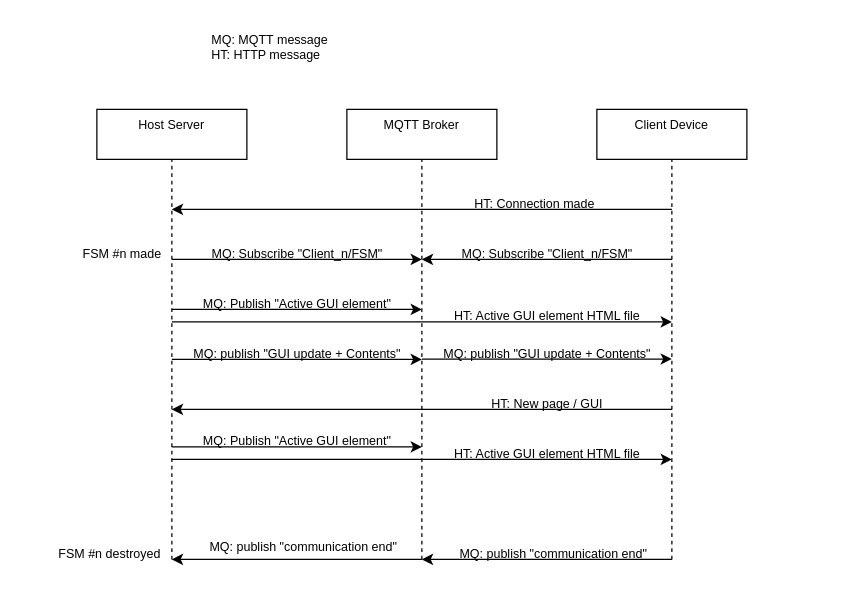
The draw.io diagram page "Standard comms" (1 of 4) of Units/Project/Spec 2/Figures/Diagrams/SequenceDiagram.drawio in danielcarton/TTM4115_KomSys_SemesterProsjekt, before the edit. Source tidied: cells renumbered, new cells numbered last; positions are measured from the earlier drawing's top-left corner, leaving out a move shared by most shapes. Both pictures are drawn from the tidied source at 125%, with x=0, y=0 at pixel (40, 21).
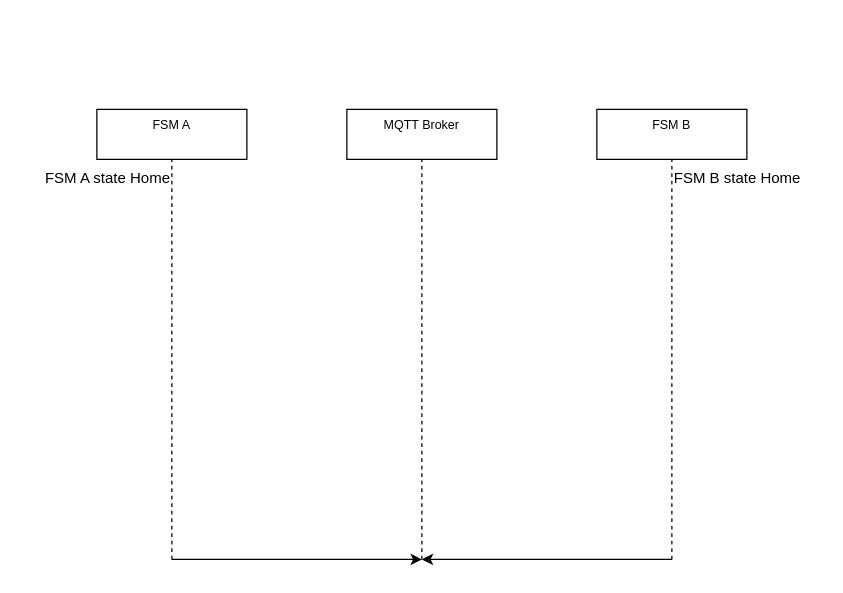
Above is the later version.

Commit message (it also covers changes not shown here):
state machine improved + sequence diagrams done

Diff of the diagram source:
```diff
@@
-    <mxCell id="2" value="Host Server" style="rounded=0;whiteSpace=wrap;html=1;verticalAlign=top;fontSize=10;" parent="1" vertex="1">
+    <mxCell id="2" value="FSM A" style="rounded=0;whiteSpace=wrap;html=1;verticalAlign=top;fontSize=10;" parent="1" vertex="1">
       <mxGeometry x="45" y="70" width="120" height="40" as="geometry" />
     </mxCell>
@@
-    <mxCell id="4" value="Client Device" style="rounded=0;whiteSpace=wrap;html=1;verticalAlign=top;fontSize=10;" parent="1" vertex="1">
+    <mxCell id="4" value="FSM B" style="rounded=0;whiteSpace=wrap;html=1;verticalAlign=top;fontSize=10;" parent="1" vertex="1">
       <mxGeometry x="445" y="70" width="120" height="40" as="geometry" />
     </mxCell>
@@
-    <mxCell id="8" value="MQ: MQTT message&lt;br style=&quot;font-size: 10px;&quot;&gt;HT: HTTP message" style="text;html=1;align=left;verticalAlign=middle;strokeColor=none;fillColor=none;fontSize=10;" parent="1" vertex="1">
-      <mxGeometry x="135" width="120" height="40" as="geometry" />
-    </mxCell>
-    <mxCell id="9" style="group;" parent="1" vertex="1">
-      <mxGeometry x="305" y="250" width="200" height="30" as="geometry" />
-    </mxCell>
-    <mxCell id="10" style="endArrow=classic;html=1;sourcePerimeterSpacing=0;jumpStyle=none;fontSize=10;" parent="9" edge="1">
-      <mxGeometry relative="1" as="geometry">
-        <mxPoint y="19.7" as="sourcePoint" />
-        <mxPoint x="200" y="19.7" as="targetPoint" />
-      </mxGeometry>
-    </mxCell>
-    <mxCell id="11" value="MQ: publish &quot;GUI update + Contents&quot;" style="text;html=1;align=center;verticalAlign=middle;strokeColor=none;fillColor=none;fontSize=10;" parent="9" vertex="1">
-      <mxGeometry x="5" width="190" height="30" as="geometry" />
-    </mxCell>
-    <mxCell id="12" style="group;" parent="1" vertex="1">
-      <mxGeometry x="105" y="250" width="200" height="30" as="geometry" />
-    </mxCell>
-    <mxCell id="13" style="endArrow=classic;html=1;sourcePerimeterSpacing=0;jumpStyle=none;fontSize=10;" parent="12" edge="1">
-      <mxGeometry relative="1" as="geometry">
-        <mxPoint y="20" as="sourcePoint" />
-        <mxPoint x="200" y="20" as="targetPoint" />
-      </mxGeometry>
-    </mxCell>
-    <mxCell id="14" value="MQ: publish &quot;GUI update + Contents&quot;" style="text;html=1;align=center;verticalAlign=middle;strokeColor=none;fillColor=none;fontSize=10;" parent="12" vertex="1">
-      <mxGeometry x="5" width="190" height="30" as="geometry" />
-    </mxCell>
-    <mxCell id="15" style="group;" parent="1" vertex="1">
-      <mxGeometry x="105" y="210" width="200" height="30" as="geometry" />
-    </mxCell>
-    <mxCell id="16" style="endArrow=classic;html=1;sourcePerimeterSpacing=0;jumpStyle=none;fontSize=10;" parent="15" edge="1">
-      <mxGeometry relative="1" as="geometry">
-        <mxPoint y="20" as="sourcePoint" />
-        <mxPoint x="200" y="20" as="targetPoint" />
-      </mxGeometry>
-    </mxCell>
-    <mxCell id="17" value="MQ: Publish &quot;Active GUI element&quot;" style="text;html=1;align=center;verticalAlign=middle;strokeColor=none;fillColor=none;fontSize=10;" parent="15" vertex="1">
-      <mxGeometry x="15" width="170" height="30" as="geometry" />
-    </mxCell>
-    <mxCell id="18" style="group;" parent="1" vertex="1">
-      <mxGeometry x="105" y="220" width="400" height="30" as="geometry" />
-    </mxCell>
-    <mxCell id="19" style="endArrow=classic;html=1;sourcePerimeterSpacing=0;jumpStyle=none;fontSize=10;" parent="18" edge="1">
-      <mxGeometry relative="1" as="geometry">
-        <mxPoint y="20" as="sourcePoint" />
-        <mxPoint x="400" y="20" as="targetPoint" />
-      </mxGeometry>
-    </mxCell>
-    <mxCell id="20" value="HT: Active GUI element HTML file" style="text;html=1;align=center;verticalAlign=middle;strokeColor=none;fillColor=none;fontSize=10;" parent="18" vertex="1">
-      <mxGeometry x="215" width="170" height="30" as="geometry" />
-    </mxCell>
-    <mxCell id="21" style="group;" parent="1" vertex="1">
-      <mxGeometry x="305" y="170" width="200" height="30" as="geometry" />
-    </mxCell>
-    <mxCell id="22" value="MQ: Subscribe &quot;Client_n/FSM&quot;" style="text;html=1;align=center;verticalAlign=middle;strokeColor=none;fillColor=none;fontSize=10;" parent="21" vertex="1">
-      <mxGeometry x="20" width="160" height="30" as="geometry" />
-    </mxCell>
-    <mxCell id="23" style="endArrow=classic;html=1;sourcePerimeterSpacing=0;jumpStyle=none;fontSize=10;" parent="21" edge="1">
-      <mxGeometry relative="1" as="geometry">
-        <mxPoint x="200" y="20" as="sourcePoint" />
-        <mxPoint y="20" as="targetPoint" />
-      </mxGeometry>
-    </mxCell>
-    <mxCell id="24" style="group;" parent="1" vertex="1">
-      <mxGeometry x="20" y="170" width="285" height="30" as="geometry" />
-    </mxCell>
-    <mxCell id="25" value="FSM #n made" style="text;html=1;align=center;verticalAlign=middle;strokeColor=none;fillColor=none;fontSize=10;" parent="24" vertex="1">
-      <mxGeometry width="90" height="30" as="geometry" />
-    </mxCell>
-    <mxCell id="26" style="group;" parent="24" vertex="1">
-      <mxGeometry x="85" width="200" height="30" as="geometry" />
-    </mxCell>
-    <mxCell id="27" style="endArrow=classic;html=1;sourcePerimeterSpacing=0;jumpStyle=none;fontSize=10;" parent="26" edge="1">
-      <mxGeometry relative="1" as="geometry">
-        <mxPoint y="20" as="sourcePoint" />
-        <mxPoint x="200" y="20" as="targetPoint" />
-      </mxGeometry>
-    </mxCell>
-    <mxCell id="28" value="MQ: Subscribe &quot;Client_n/FSM&quot;" style="text;html=1;align=center;verticalAlign=middle;strokeColor=none;fillColor=none;fontSize=10;" parent="26" vertex="1">
-      <mxGeometry x="20" width="160" height="30" as="geometry" />
-    </mxCell>
-    <mxCell id="29" style="group;" parent="1" vertex="1">
-      <mxGeometry x="105" y="130" width="400" height="30" as="geometry" />
-    </mxCell>
-    <mxCell id="30" style="endArrow=classic;html=1;sourcePerimeterSpacing=0;jumpStyle=none;fontSize=10;" parent="29" edge="1">
-      <mxGeometry relative="1" as="geometry">
-        <mxPoint x="400" y="20" as="sourcePoint" />
-        <mxPoint y="20" as="targetPoint" />
-      </mxGeometry>
-    </mxCell>
-    <mxCell id="31" value="HT: Connection made" style="text;html=1;align=center;verticalAlign=middle;strokeColor=none;fillColor=none;fontSize=10;" parent="29" vertex="1">
-      <mxGeometry x="230" width="120" height="30" as="geometry" />
-    </mxCell>
-    <mxCell id="32" style="group;" parent="1" vertex="1">
-      <mxGeometry x="305" y="400" width="200" height="30" as="geometry" />
-    </mxCell>
-    <mxCell id="33" style="endArrow=classic;html=1;sourcePerimeterSpacing=0;jumpStyle=none;fontSize=10;" parent="32" edge="1">
-      <mxGeometry relative="1" as="geometry">
-        <mxPoint x="200" y="30" as="sourcePoint" />
-        <mxPoint y="30" as="targetPoint" />
-      </mxGeometry>
-    </mxCell>
-    <mxCell id="34" value="MQ: publish &quot;communication end&quot;" style="text;html=1;align=center;verticalAlign=middle;strokeColor=none;fillColor=none;fontSize=10;" parent="32" vertex="1">
-      <mxGeometry x="20" y="10" width="170" height="30" as="geometry" />
-    </mxCell>
-    <mxCell id="35" style="group;" parent="1" vertex="1">
-      <mxGeometry y="400" width="305" height="40" as="geometry" />
-    </mxCell>
-    <mxCell id="36" style="endArrow=classic;html=1;sourcePerimeterSpacing=0;jumpStyle=none;fontSize=10;" parent="35" edge="1">
-      <mxGeometry relative="1" as="geometry">
-        <mxPoint x="305" y="30" as="sourcePoint" />
-        <mxPoint x="105" y="30" as="targetPoint" />
-      </mxGeometry>
-    </mxCell>
-    <mxCell id="37" value="MQ: publish &quot;communication end&quot;" style="text;html=1;align=center;verticalAlign=middle;strokeColor=none;fillColor=none;fontSize=10;" parent="35" vertex="1">
-      <mxGeometry x="125" y="5" width="170" height="30" as="geometry" />
-    </mxCell>
-    <mxCell id="38" value="FSM #n destroyed" style="text;html=1;align=center;verticalAlign=middle;strokeColor=none;fillColor=none;fontSize=10;" parent="35" vertex="1">
-      <mxGeometry y="10" width="110" height="30" as="geometry" />
-    </mxCell>
-    <mxCell id="39" style="group;" parent="1" vertex="1">
-      <mxGeometry x="105" y="290" width="400" height="30" as="geometry" />
-    </mxCell>
-    <mxCell id="40" style="endArrow=classic;html=1;fontSize=10;sourcePerimeterSpacing=0;jumpStyle=none;" parent="39" edge="1">
-      <mxGeometry relative="1" as="geometry">
-        <mxPoint x="400" y="20" as="sourcePoint" />
-        <mxPoint y="20" as="targetPoint" />
-      </mxGeometry>
-    </mxCell>
-    <mxCell id="41" value="HT: New page / GUI" style="text;html=1;align=center;verticalAlign=middle;strokeColor=none;fillColor=none;fontSize=10;" parent="39" vertex="1">
-      <mxGeometry x="245" width="110" height="30" as="geometry" />
-    </mxCell>
-    <mxCell id="42" style="group;" parent="1" vertex="1">
-      <mxGeometry x="105" y="320" width="200" height="30" as="geometry" />
-    </mxCell>
-    <mxCell id="43" style="endArrow=classic;html=1;sourcePerimeterSpacing=0;jumpStyle=none;fontSize=10;" parent="42" edge="1">
-      <mxGeometry relative="1" as="geometry">
-        <mxPoint y="20" as="sourcePoint" />
-        <mxPoint x="200" y="20" as="targetPoint" />
-      </mxGeometry>
-    </mxCell>
-    <mxCell id="44" value="MQ: Publish &quot;Active GUI element&quot;" style="text;html=1;align=center;verticalAlign=middle;strokeColor=none;fillColor=none;fontSize=10;" parent="42" vertex="1">
-      <mxGeometry x="15" width="170" height="30" as="geometry" />
-    </mxCell>
-    <mxCell id="45" style="group;" parent="1" vertex="1">
-      <mxGeometry x="105" y="330" width="400" height="30" as="geometry" />
-    </mxCell>
-    <mxCell id="46" style="endArrow=classic;html=1;sourcePerimeterSpacing=0;jumpStyle=none;fontSize=10;" parent="45" edge="1">
-      <mxGeometry relative="1" as="geometry">
-        <mxPoint y="20" as="sourcePoint" />
-        <mxPoint x="400" y="20" as="targetPoint" />
-      </mxGeometry>
-    </mxCell>
-    <mxCell id="47" value="HT: Active GUI element HTML file" style="text;html=1;align=center;verticalAlign=middle;strokeColor=none;fillColor=none;fontSize=10;" parent="45" vertex="1">
-      <mxGeometry x="215" width="170" height="30" as="geometry" />
-    </mxCell>
+    <mxCell id="48" style="endArrow=classic;html=1;" parent="1" edge="1">
+      <mxGeometry relative="1" as="geometry">
+        <mxPoint x="105" y="430" as="sourcePoint" />
+        <mxPoint x="305" y="430" as="targetPoint" />
+      </mxGeometry>
+    </mxCell>
+    <mxCell id="49" style="endArrow=classic;html=1;" parent="1" edge="1">
+      <mxGeometry relative="1" as="geometry">
+        <mxPoint x="505" y="430" as="sourcePoint" />
+        <mxPoint x="305" y="430" as="targetPoint" />
+      </mxGeometry>
+    </mxCell>
+    <mxCell id="50" value="FSM A state Home" style="text;html=1;align=right;verticalAlign=middle;strokeColor=none;fillColor=none;" parent="1" vertex="1">
+      <mxGeometry x="-15" y="110" width="120" height="30" as="geometry" />
+    </mxCell>
+    <mxCell id="51" value="FSM B state Home" style="text;html=1;align=left;verticalAlign=middle;strokeColor=none;fillColor=none;" parent="1" vertex="1">
+      <mxGeometry x="505" y="110" width="120" height="30" as="geometry" />
+    </mxCell>
```
